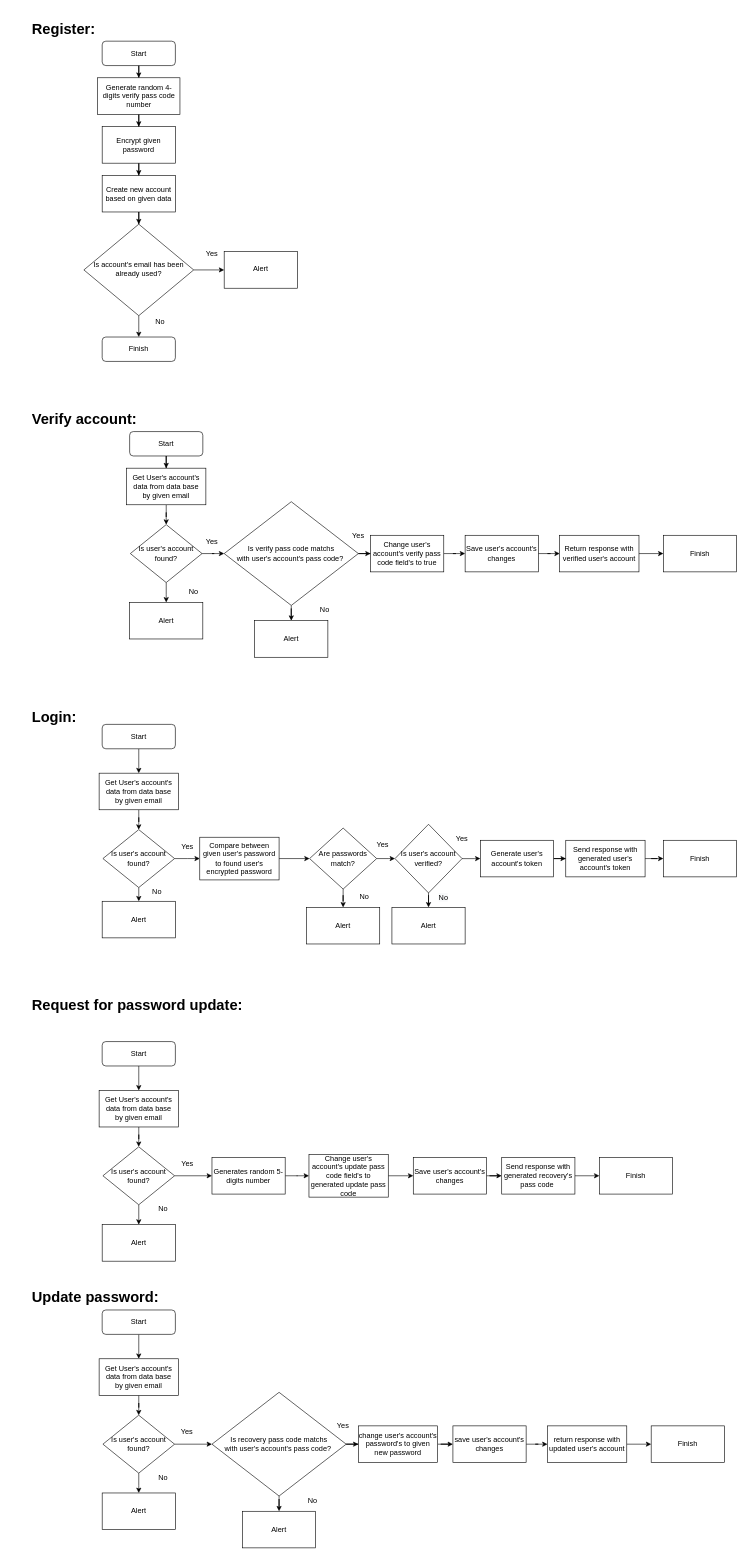
Above: Documentation/flow_chart.drawio in CoffeePower100/The_Final_Project (draw.io), before the change. Source tidied: cells renumbered, new cells numbered last; positions are measured from the earlier drawing's top-left corner, leaving out a move shared by most shapes. Both pictures are drawn from the tidied source at 61%, with x=0, y=0 at pixel (29, 16).
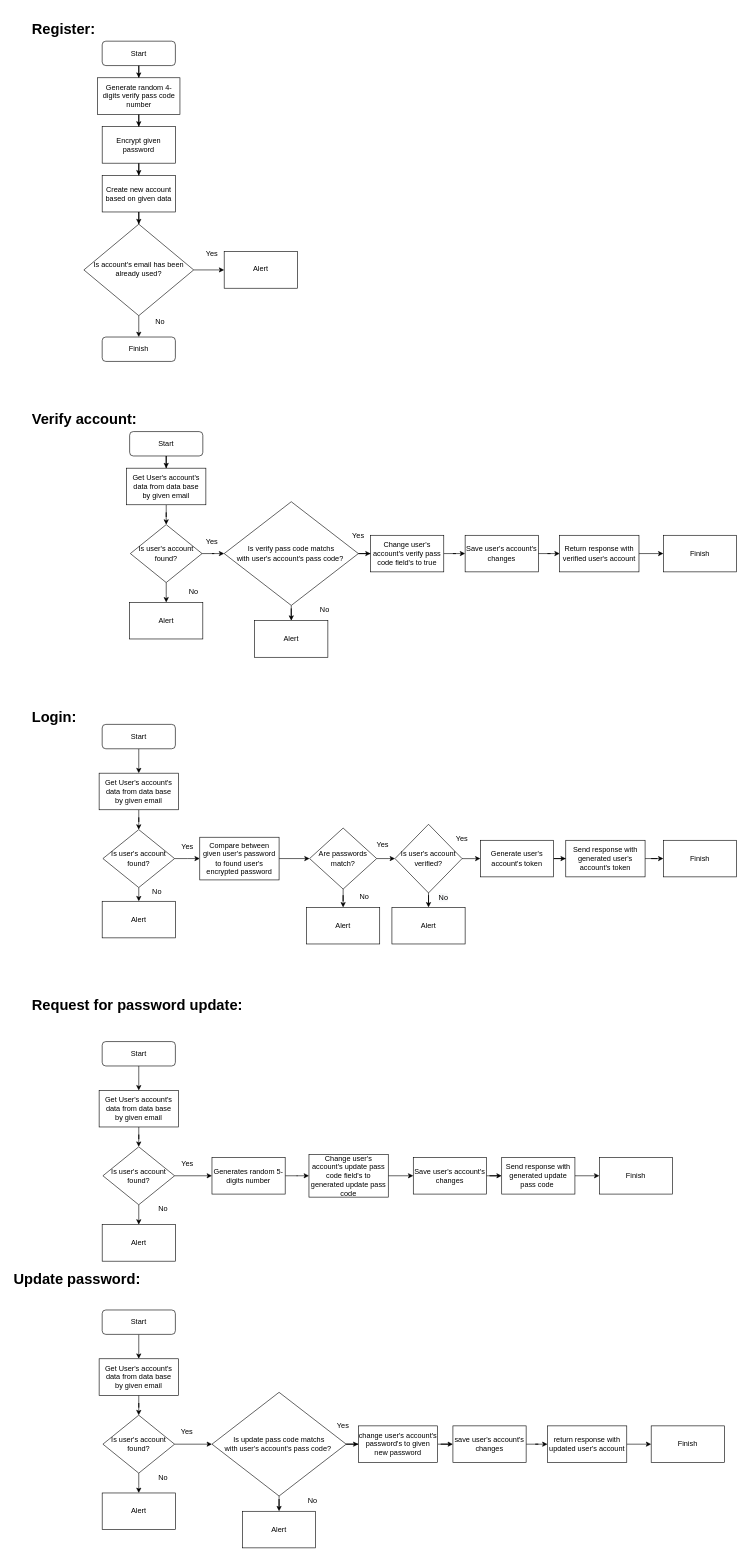
After the change.

Commit message:
changed few parts

The edit, as a diff of the source:
```diff
@@
     <mxCell id="18" value="&lt;h1&gt;Verify account:&lt;/h1&gt;" style="text;html=1;strokeColor=none;fillColor=none;spacing=5;spacingTop=-20;whiteSpace=wrap;overflow=hidden;rounded=0;" parent="1" vertex="1">
-      <mxGeometry y="640" width="200" height="50" as="geometry" />
+      <mxGeometry y="640" width="200" height="70" as="geometry" />
     </mxCell>
@@
     <mxCell id="82" value="&lt;h1&gt;Update password:&lt;/h1&gt;" style="text;html=1;strokeColor=none;fillColor=none;spacing=5;spacingTop=-20;whiteSpace=wrap;overflow=hidden;rounded=0;" parent="1" vertex="1">
-      <mxGeometry y="2080" width="220" height="40" as="geometry" />
+      <mxGeometry x="-30" y="2050" width="220" height="80" as="geometry" />
     </mxCell>
@@
-    <mxCell id="96" value="Is recovery pass code matchs&lt;br&gt;with user's account's pass code?&amp;nbsp;" style="rhombus;whiteSpace=wrap;html=1;" parent="1" vertex="1">
+    <mxCell id="96" value="Is update pass code matchs&lt;br&gt;with user's account's pass code?&amp;nbsp;" style="rhombus;whiteSpace=wrap;html=1;" parent="1" vertex="1">
       <mxGeometry x="300" y="2255" width="220" height="170" as="geometry" />
     </mxCell>
@@
-    <mxCell id="111" value="Send response with generated recovery's pass code&amp;nbsp;" style="rounded=0;whiteSpace=wrap;html=1;" parent="1" vertex="1">
+    <mxCell id="111" value="Send response with generated update pass code&amp;nbsp;" style="rounded=0;whiteSpace=wrap;html=1;" parent="1" vertex="1">
       <mxGeometry x="775" y="1870" width="120" height="60" as="geometry" />
     </mxCell>
```
